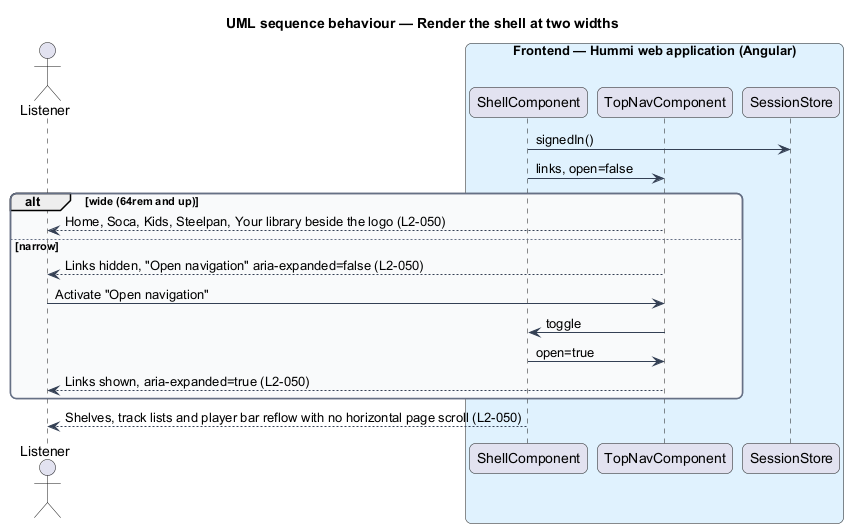
Above: docs/detailed-designs/interface/responsive-shell/diagrams/sequence-shell.png in QuinntyneBrown/hummi (PlantUML), before the change.
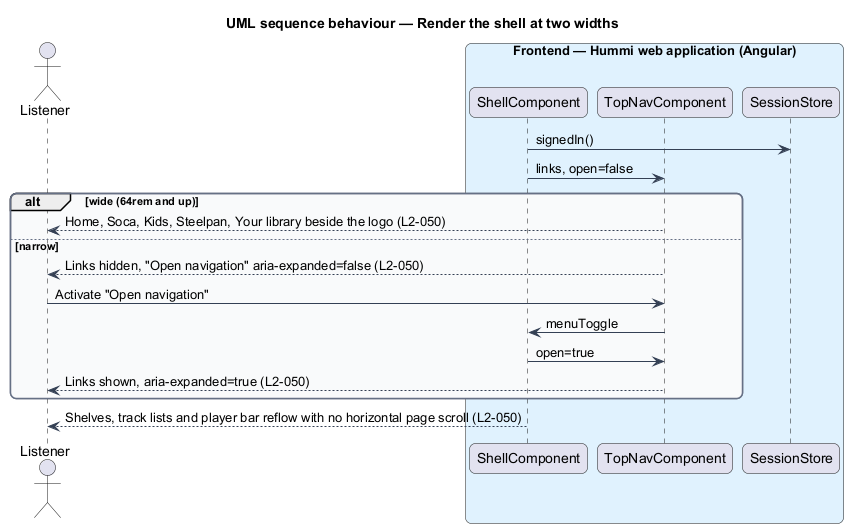
After the change.

The edit, as a diff of the source:
```diff
@@ -27,7 +27,7 @@
 else narrow
   nav --> u : Links hidden, "Open navigation" aria-expanded=false (L2-050)
   u -> nav : Activate "Open navigation"
-  nav -> shell : toggle
+  nav -> shell : menuToggle
   shell -> nav : open=true
   nav --> u : Links shown, aria-expanded=true (L2-050)
 end
```
